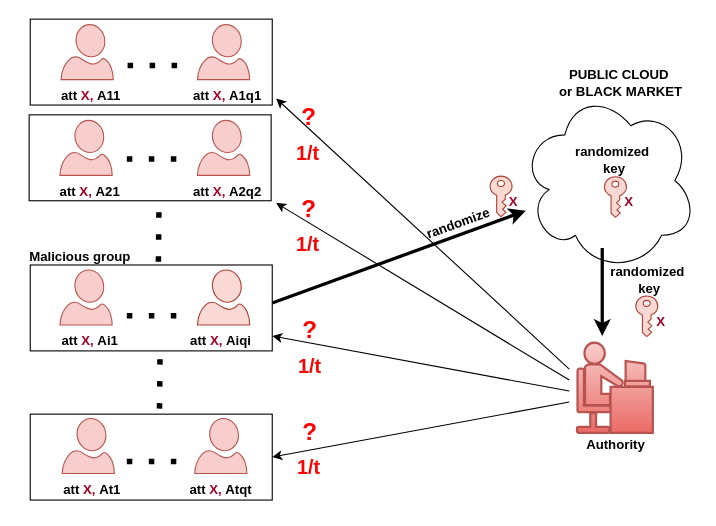
Earlier version of the draw.io diagram AKL-multigroup.drawio (huyle84/diagrams). Source tidied: cells renumbered, new cells numbered last; positions are measured from the earlier drawing's top-left corner, leaving out a move shared by most shapes. Both pictures are drawn from the tidied source at 110%, with x=0, y=0 at pixel (19, 19).
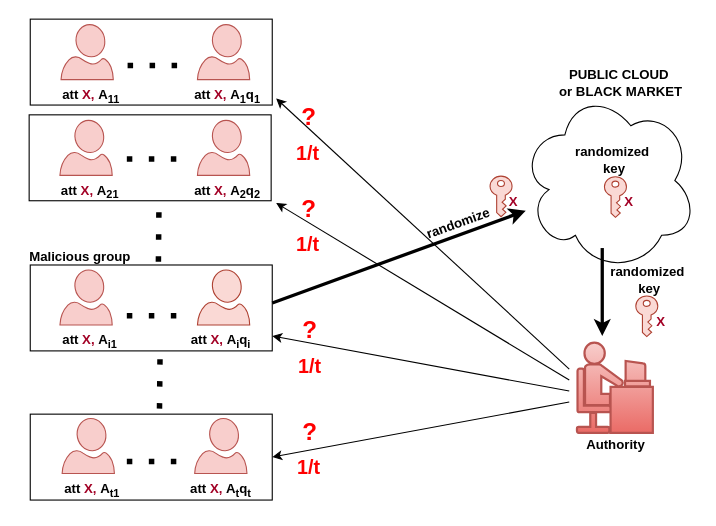
The same diagram, later.

Diff of the diagram source:
```diff
@@
-    <mxCell id="10" value="att&amp;nbsp;&lt;font color=&quot;#a20025&quot;&gt;X,&lt;/font&gt;&amp;nbsp;A1q1" style="text;html=1;align=center;verticalAlign=middle;points=[];strokeColor=none;fillColor=none;fontStyle=1;" parent="1" vertex="1">
+    <mxCell id="10" value="att&amp;nbsp;&lt;font color=&quot;#a20025&quot;&gt;X,&lt;/font&gt;&amp;nbsp;A&lt;sub&gt;1&lt;/sub&gt;q&lt;sub&gt;1&lt;/sub&gt;" style="text;html=1;align=center;verticalAlign=middle;points=[];strokeColor=none;fillColor=none;fontStyle=1;" parent="1" vertex="1">
       <mxGeometry x="149" y="54.9" width="80" height="30" as="geometry" />
     </mxCell>
@@
-    <mxCell id="18" value="att&amp;nbsp;&lt;font color=&quot;#a20025&quot;&gt;X,&lt;/font&gt;&amp;nbsp;Aiqi" style="text;html=1;align=center;verticalAlign=middle;strokeColor=none;fillColor=none;fontStyle=1;" parent="1" vertex="1">
+    <mxCell id="18" value="att&amp;nbsp;&lt;font color=&quot;#a20025&quot;&gt;X,&lt;/font&gt;&amp;nbsp;A&lt;sub&gt;i&lt;/sub&gt;q&lt;sub&gt;i&lt;/sub&gt;" style="text;html=1;align=center;verticalAlign=middle;strokeColor=none;fillColor=none;fontStyle=1;" parent="1" vertex="1">
       <mxGeometry x="148.2" y="278" width="70" height="30" as="geometry" />
     </mxCell>
-    <mxCell id="19" value="att&amp;nbsp;&lt;font color=&quot;#a20025&quot;&gt;X,&lt;/font&gt;&amp;nbsp;Atqt" style="text;html=1;align=center;verticalAlign=middle;strokeColor=none;fillColor=none;fontStyle=1;" parent="1" vertex="1">
+    <mxCell id="19" value="att&amp;nbsp;&lt;font color=&quot;#a20025&quot;&gt;X,&lt;/font&gt;&amp;nbsp;A&lt;sub&gt;t&lt;/sub&gt;q&lt;sub&gt;t&lt;/sub&gt;" style="text;html=1;align=center;verticalAlign=middle;strokeColor=none;fillColor=none;fontStyle=1;" parent="1" vertex="1">
       <mxGeometry x="143.2" y="413" width="80" height="30" as="geometry" />
     </mxCell>
@@
-    <mxCell id="22" value="att&amp;nbsp;&lt;font color=&quot;#a20025&quot;&gt;X,&lt;/font&gt;&amp;nbsp;A2q2" style="text;html=1;align=center;verticalAlign=middle;points=[];strokeColor=none;fillColor=none;fontStyle=1;" parent="1" vertex="1">
+    <mxCell id="22" value="att&amp;nbsp;&lt;font color=&quot;#a20025&quot;&gt;X,&lt;/font&gt;&amp;nbsp;A&lt;sub&gt;2&lt;/sub&gt;q&lt;sub&gt;2&lt;/sub&gt;" style="text;html=1;align=center;verticalAlign=middle;points=[];strokeColor=none;fillColor=none;fontStyle=1;" parent="1" vertex="1">
       <mxGeometry x="149" y="141.9" width="80" height="30" as="geometry" />
     </mxCell>
@@
-    <mxCell id="45" value="att&amp;nbsp;&lt;font color=&quot;#a20025&quot;&gt;X,&lt;/font&gt;&amp;nbsp;A11" style="text;html=1;align=center;verticalAlign=middle;strokeColor=none;fillColor=none;fontStyle=1;" parent="1" vertex="1">
-      <mxGeometry x="25" y="54.9" width="80" height="30" as="geometry" />
+    <mxCell id="45" value="att&amp;nbsp;&lt;font color=&quot;#a20025&quot;&gt;X,&lt;/font&gt;&amp;nbsp;A&lt;sub&gt;11&lt;/sub&gt;" style="text;html=1;align=center;verticalAlign=middle;strokeColor=none;fillColor=none;fontStyle=1;" parent="1" vertex="1">
+      <mxGeometry x="30" y="54.9" width="70" height="30" as="geometry" />
     </mxCell>
@@
-    <mxCell id="47" value="att&amp;nbsp;&lt;font color=&quot;#a20025&quot;&gt;X,&lt;/font&gt;&amp;nbsp;A21" style="text;html=1;align=center;verticalAlign=middle;strokeColor=none;fillColor=none;fontStyle=1;" parent="1" vertex="1">
-      <mxGeometry x="24" y="141.9" width="80" height="30" as="geometry" />
+    <mxCell id="47" value="att&amp;nbsp;&lt;font color=&quot;#a20025&quot;&gt;X,&lt;/font&gt;&amp;nbsp;A&lt;sub&gt;21&lt;/sub&gt;" style="text;html=1;align=center;verticalAlign=middle;strokeColor=none;fillColor=none;fontStyle=1;" parent="1" vertex="1">
+      <mxGeometry x="29" y="141.9" width="70" height="30" as="geometry" />
     </mxCell>
@@
-    <mxCell id="49" value="att&amp;nbsp;&lt;font color=&quot;#a20025&quot;&gt;X,&lt;/font&gt;&amp;nbsp;Ai1" style="text;html=1;align=center;verticalAlign=middle;strokeColor=none;fillColor=none;fontStyle=1;" parent="1" vertex="1">
+    <mxCell id="49" value="att&amp;nbsp;&lt;font color=&quot;#a20025&quot;&gt;X,&lt;/font&gt;&amp;nbsp;A&lt;sub&gt;i1&lt;/sub&gt;" style="text;html=1;align=center;verticalAlign=middle;strokeColor=none;fillColor=none;fontStyle=1;" parent="1" vertex="1">
       <mxGeometry x="29" y="278" width="70" height="30" as="geometry" />
     </mxCell>
@@
-    <mxCell id="51" value="att&amp;nbsp;&lt;font color=&quot;#a20025&quot;&gt;X,&lt;/font&gt;&amp;nbsp;At1" style="text;html=1;align=center;verticalAlign=middle;strokeColor=none;fillColor=none;fontStyle=1;" parent="1" vertex="1">
+    <mxCell id="51" value="att&amp;nbsp;&lt;font color=&quot;#a20025&quot;&gt;X,&lt;/font&gt;&amp;nbsp;A&lt;sub&gt;t1&lt;/sub&gt;" style="text;html=1;align=center;verticalAlign=middle;strokeColor=none;fillColor=none;fontStyle=1;" parent="1" vertex="1">
       <mxGeometry x="31" y="413" width="70" height="30" as="geometry" />
     </mxCell>
```
